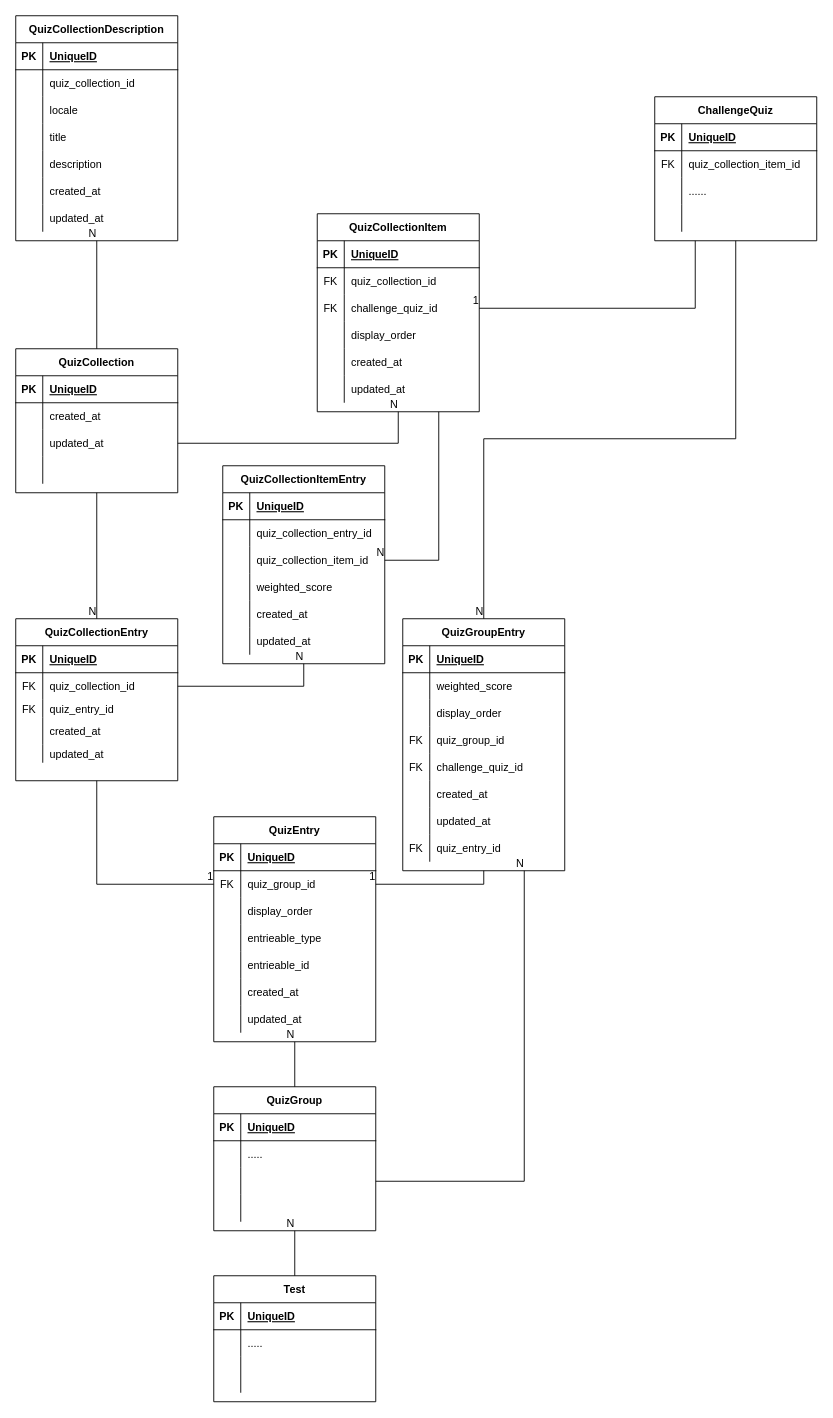
This is quiz.drawio from Parkyes90/arch_draw, a draw.io file, before an edit. Source tidied: cells renumbered, new cells numbered last; positions are measured from the earlier drawing's top-left corner, leaving out a move shared by most shapes. Both pictures are drawn from the tidied source at 90%, with x=0, y=0 at pixel (15, 15).
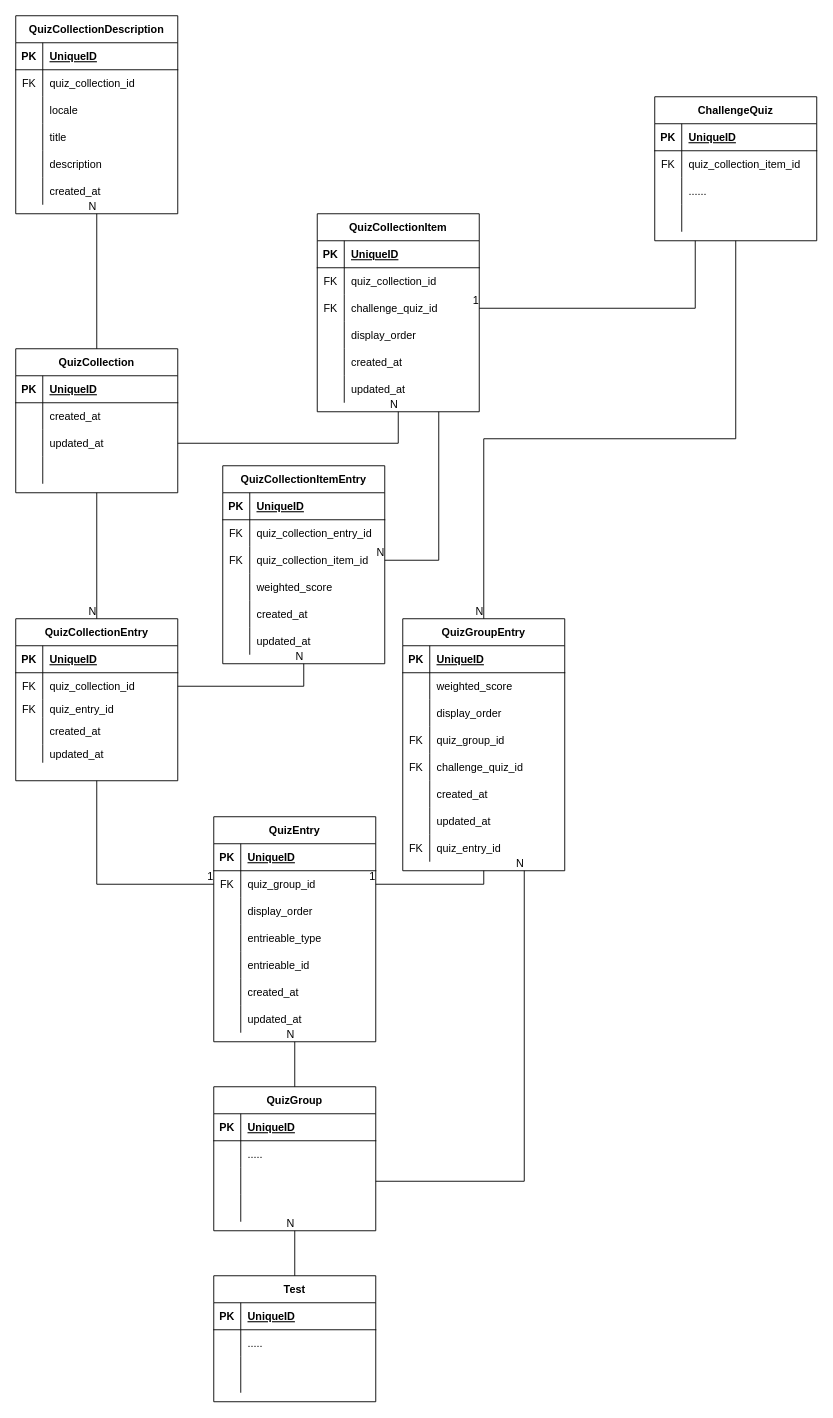
Above is the later version.

Unchanged cells that the change refers to:
```xml
<mxCell id="128" style="shape=partialRectangle;fillColor=none;top=0;left=0;bottom=0;right=0;" parent="124" vertex="1">
  <mxGeometry y="60" width="180" height="30" as="geometry" />
</mxCell>
<mxCell id="175" style="shape=partialRectangle;fillColor=none;top=0;left=0;bottom=0;right=0;" parent="171" vertex="1">
  <mxGeometry y="60" width="180" height="30" as="geometry" />
</mxCell>
<mxCell id="178" style="shape=partialRectangle;fillColor=none;top=0;left=0;bottom=0;right=0;points=[[0,0.5],[1,0.5]];portConstraint=eastwest;" parent="171" vertex="1">
  <mxGeometry y="90" width="180" height="30" as="geometry" />
</mxCell>
```

Diff of the diagram source:
```diff
@@
     <mxCell id="124" value="QuizCollectionDescription" style="shape=table;startSize=30;childLayout=tableLayout;rowLines=0;fontStyle=1;align=center;" parent="1" vertex="1">
-      <mxGeometry width="180" height="250" as="geometry" />
+      <mxGeometry width="180" height="220" as="geometry" />
     </mxCell>
@@
-    <mxCell id="129" style="shape=partialRectangle;fillColor=none;top=0;left=0;bottom=0;right=0;overflow=hidden;" parent="128" vertex="1">
+    <mxCell id="129" value="FK" style="shape=partialRectangle;fillColor=none;top=0;left=0;bottom=0;right=0;overflow=hidden;" parent="128" vertex="1">
       <mxGeometry width="30" height="30" as="geometry" />
     </mxCell>
@@
-    <mxCell id="143" style="shape=partialRectangle;fillColor=none;top=0;left=0;bottom=0;right=0;" parent="124" vertex="1">
-      <mxGeometry y="210" width="180" height="30" as="geometry" />
-    </mxCell>
-    <mxCell id="144" style="shape=partialRectangle;fillColor=none;top=0;left=0;bottom=0;right=0;overflow=hidden;" parent="143" vertex="1">
-      <mxGeometry width="30" height="30" as="geometry" />
-    </mxCell>
-    <mxCell id="145" value="updated_at" style="shape=partialRectangle;fillColor=none;top=0;left=0;bottom=0;right=0;align=left;spacingLeft=6;overflow=hidden;" parent="143" vertex="1">
-      <mxGeometry x="30" width="150" height="30" as="geometry" />
-    </mxCell>
@@
-    <mxCell id="176" style="shape=partialRectangle;fillColor=none;top=0;left=0;bottom=0;right=0;overflow=hidden;" parent="175" vertex="1">
+    <mxCell id="176" value="FK" style="shape=partialRectangle;fillColor=none;top=0;left=0;bottom=0;right=0;overflow=hidden;" parent="175" vertex="1">
       <mxGeometry width="30" height="30" as="geometry" />
     </mxCell>
@@
-    <mxCell id="179" style="shape=partialRectangle;fillColor=none;top=0;left=0;bottom=0;right=0;overflow=hidden;" parent="178" vertex="1">
+    <mxCell id="179" value="FK" style="shape=partialRectangle;fillColor=none;top=0;left=0;bottom=0;right=0;overflow=hidden;" parent="178" vertex="1">
       <mxGeometry width="30" height="30" as="geometry" />
     </mxCell>
```
